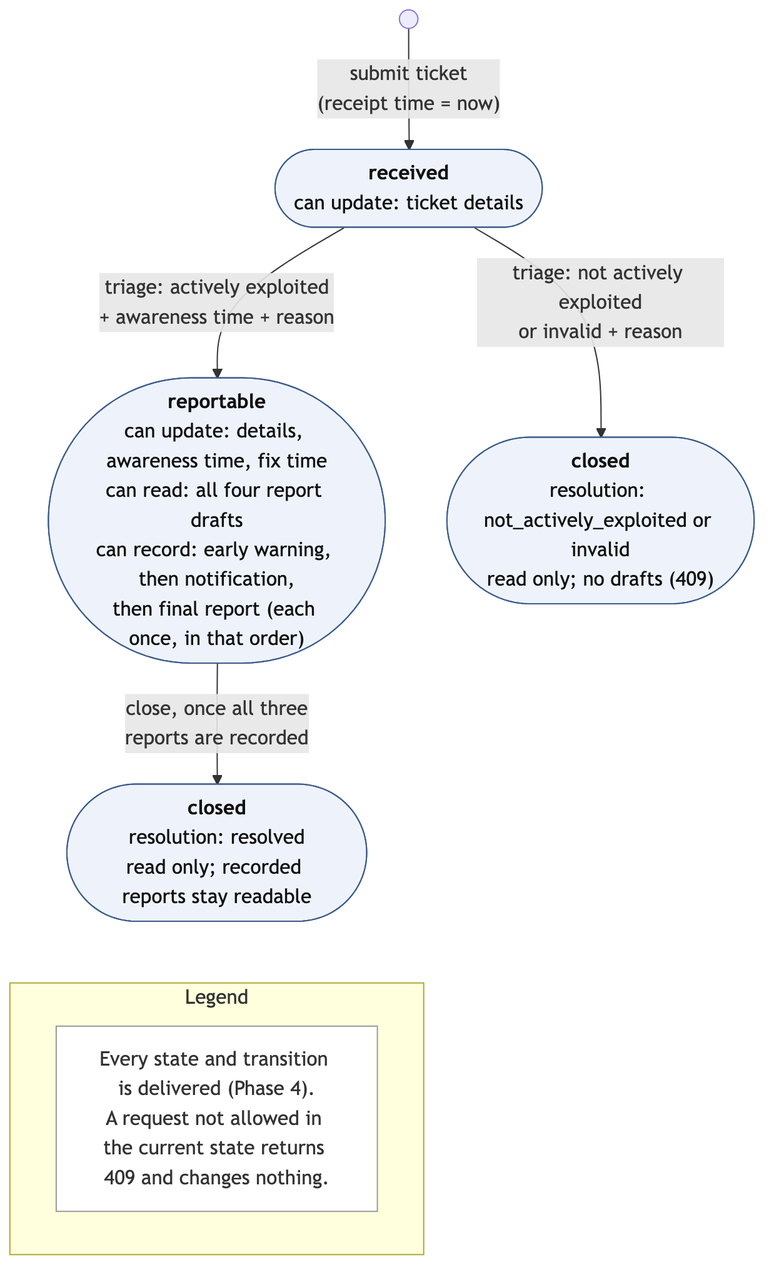
team17-ece30861/cra-service keeps this Mermaid diagram as docs/models/model-a-ticket-lifecycle.png. Above is the earlier version. Its source is kept beside it as docs/models/model-a-ticket-lifecycle.mmd.
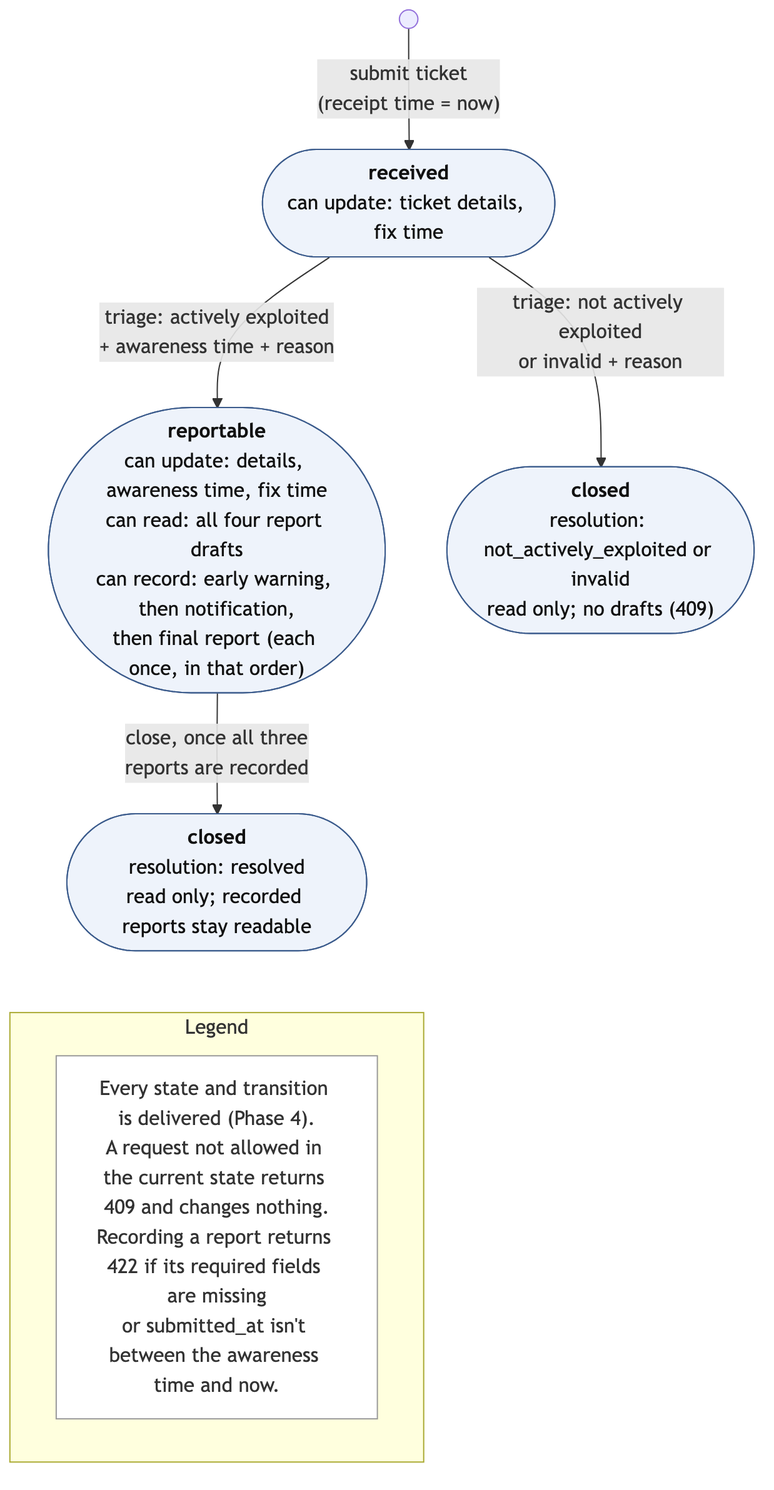
After the commit.

Commit message:
Models: fixes from the independent check (Model B transitions, console, legend)

What changed in the source:
```diff
@@ -1,6 +1,6 @@
 flowchart TB
   start((" ")) -->|"submit ticket<br/>(receipt time = now)"| received
-  received(["<b>received</b><br/>can update: ticket details"])
+  received(["<b>received</b><br/>can update: ticket details, fix time"])
   received -->|"triage: actively exploited<br/>+ awareness time + reason"| reportable
   received -->|"triage: not actively exploited<br/>or invalid + reason"| closedNA
   reportable(["<b>reportable</b><br/>can update: details, awareness time, fix time<br/>can read: all four report drafts<br/>can record: early warning, then notification,<br/>then final report (each once, in that order)"])
@@ -8,7 +8,7 @@
   reportable -->|"close, once all three<br/>reports are recorded"| closedR(["<b>closed</b><br/>resolution: resolved<br/>read only; recorded reports stay readable"])
   subgraph legend["Legend"]
     direction LR
-    l1["Every state and transition is delivered (Phase 4).<br/>A request not allowed in the current state returns 409 and changes nothing."]
+    l1["Every state and transition is delivered (Phase 4).<br/>A request not allowed in the current state returns 409 and changes nothing.<br/>Recording a report returns 422 if its required fields are missing<br/>or submitted_at isn't between the awareness time and now."]
   end
   closedR ~~~ legend
   classDef state fill:#eef3fb,stroke:#3b5b8c,color:#111
```
